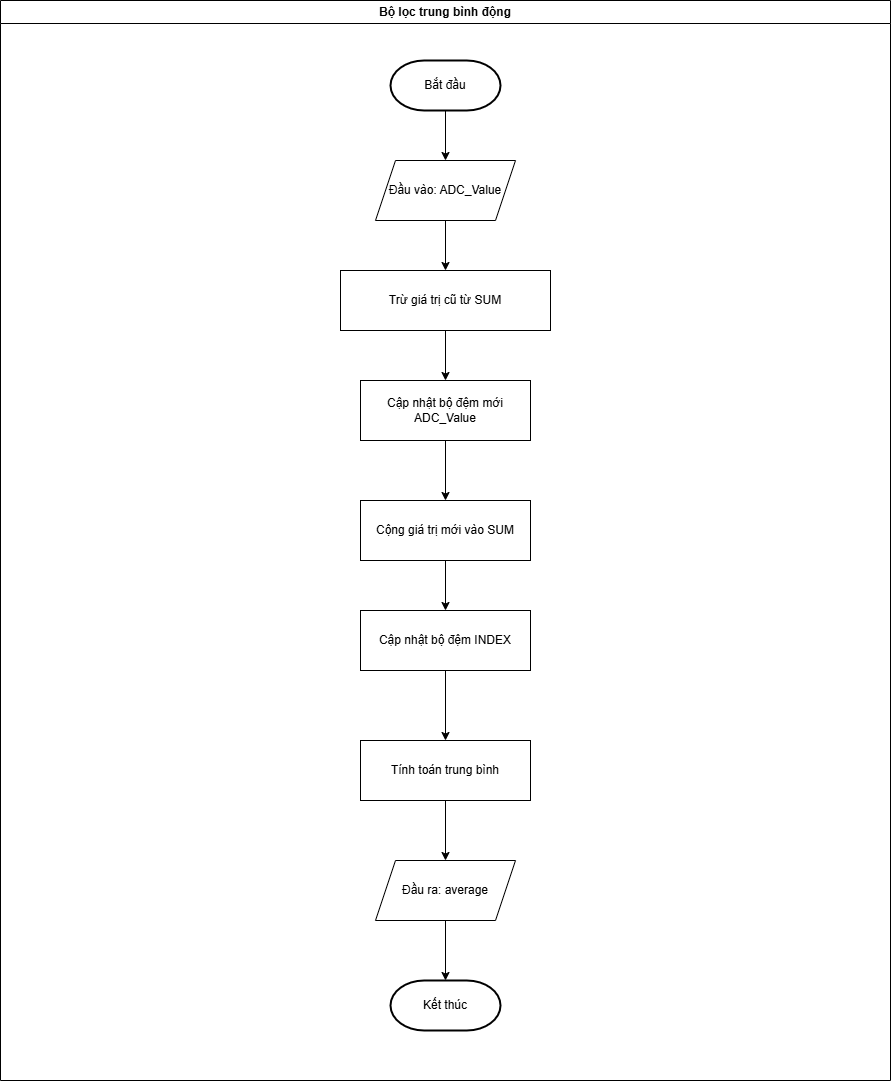
Above: FLOWCHART-VIE/FLOWCHART-EMA-FILTER.png in Quynguyen34/CNC-Drill-Graduation-Project (draw.io), before the change. Source tidied: cells renumbered, new cells last; positions are measured from the earlier drawing's top-left corner, leaving out a move shared by most shapes.
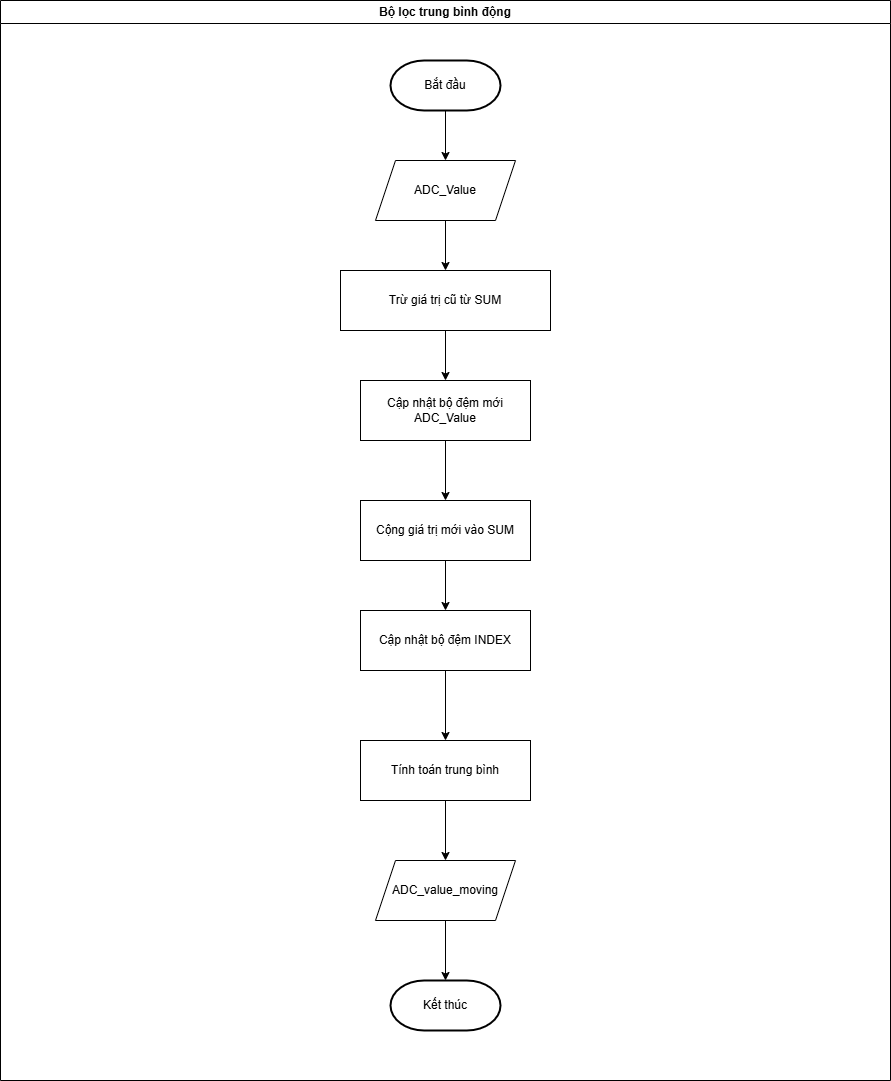
After the commit.

The edit, as a diff of the source:
```diff
@@ -17,7 +17,7 @@
     <mxCell id="6" style="edgeStyle=orthogonalEdgeStyle;rounded=0;jettySize=auto;html=1;" parent="2" edge="1" source="7" target="9">
       <mxGeometry relative="1" as="geometry" />
     </mxCell>
-    <mxCell id="7" value="Đầu vào: ADC_Value" style="shape=parallelogram;perimeter=parallelogramPerimeter;whiteSpace=wrap;html=1;fixedSize=1;" parent="2" vertex="1">
+    <mxCell id="7" value="ADC_Value" style="shape=parallelogram;perimeter=parallelogramPerimeter;whiteSpace=wrap;html=1;fixedSize=1;" parent="2" vertex="1">
       <mxGeometry x="375" y="160" width="140" height="60" as="geometry" />
     </mxCell>
     <mxCell id="8" style="edgeStyle=orthogonalEdgeStyle;rounded=0;jettySize=auto;html=1;" parent="2" edge="1" source="9" target="11">
@@ -53,7 +53,7 @@
     <mxCell id="18" style="edgeStyle=orthogonalEdgeStyle;rounded=0;jettySize=auto;html=1;" parent="2" edge="1" source="19" target="5">
       <mxGeometry relative="1" as="geometry" />
     </mxCell>
-    <mxCell id="19" value="Đầu ra: average" style="shape=parallelogram;perimeter=parallelogramPerimeter;whiteSpace=wrap;html=1;fixedSize=1;" parent="2" vertex="1">
+    <mxCell id="19" value="ADC_value_moving" style="shape=parallelogram;perimeter=parallelogramPerimeter;whiteSpace=wrap;html=1;fixedSize=1;" parent="2" vertex="1">
       <mxGeometry x="375" y="860" width="140" height="60" as="geometry" />
     </mxCell>
   </root>
```
